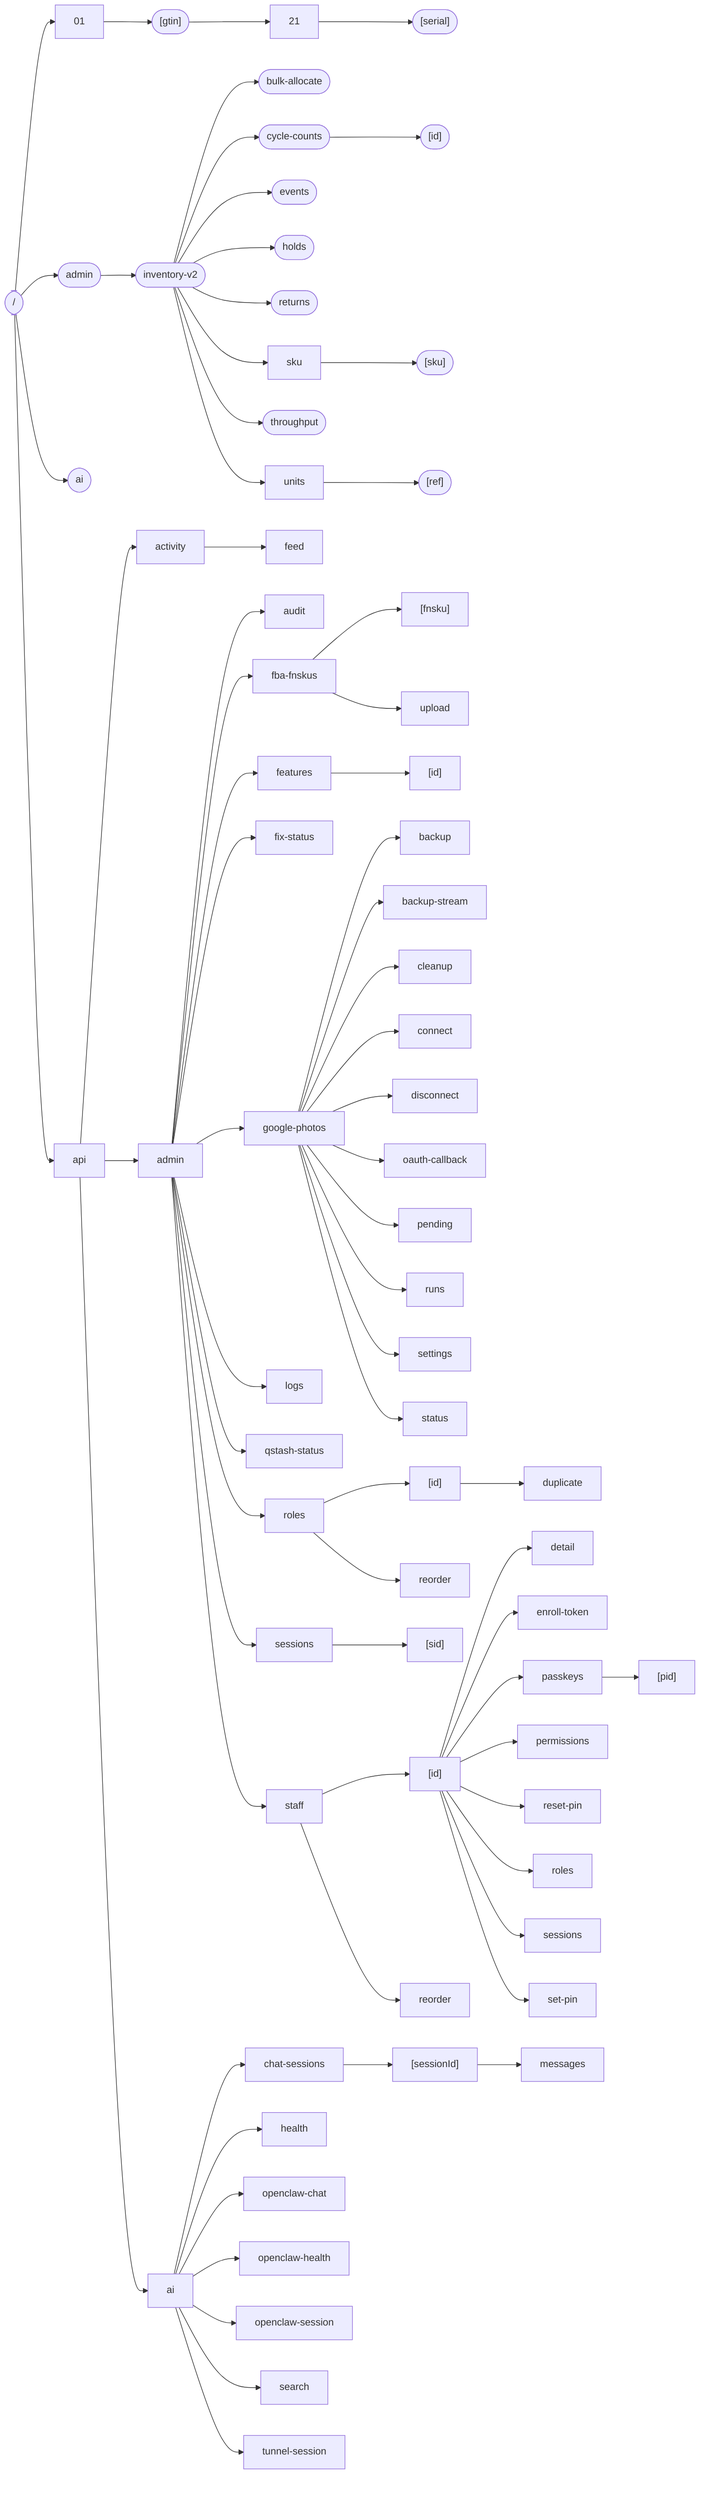
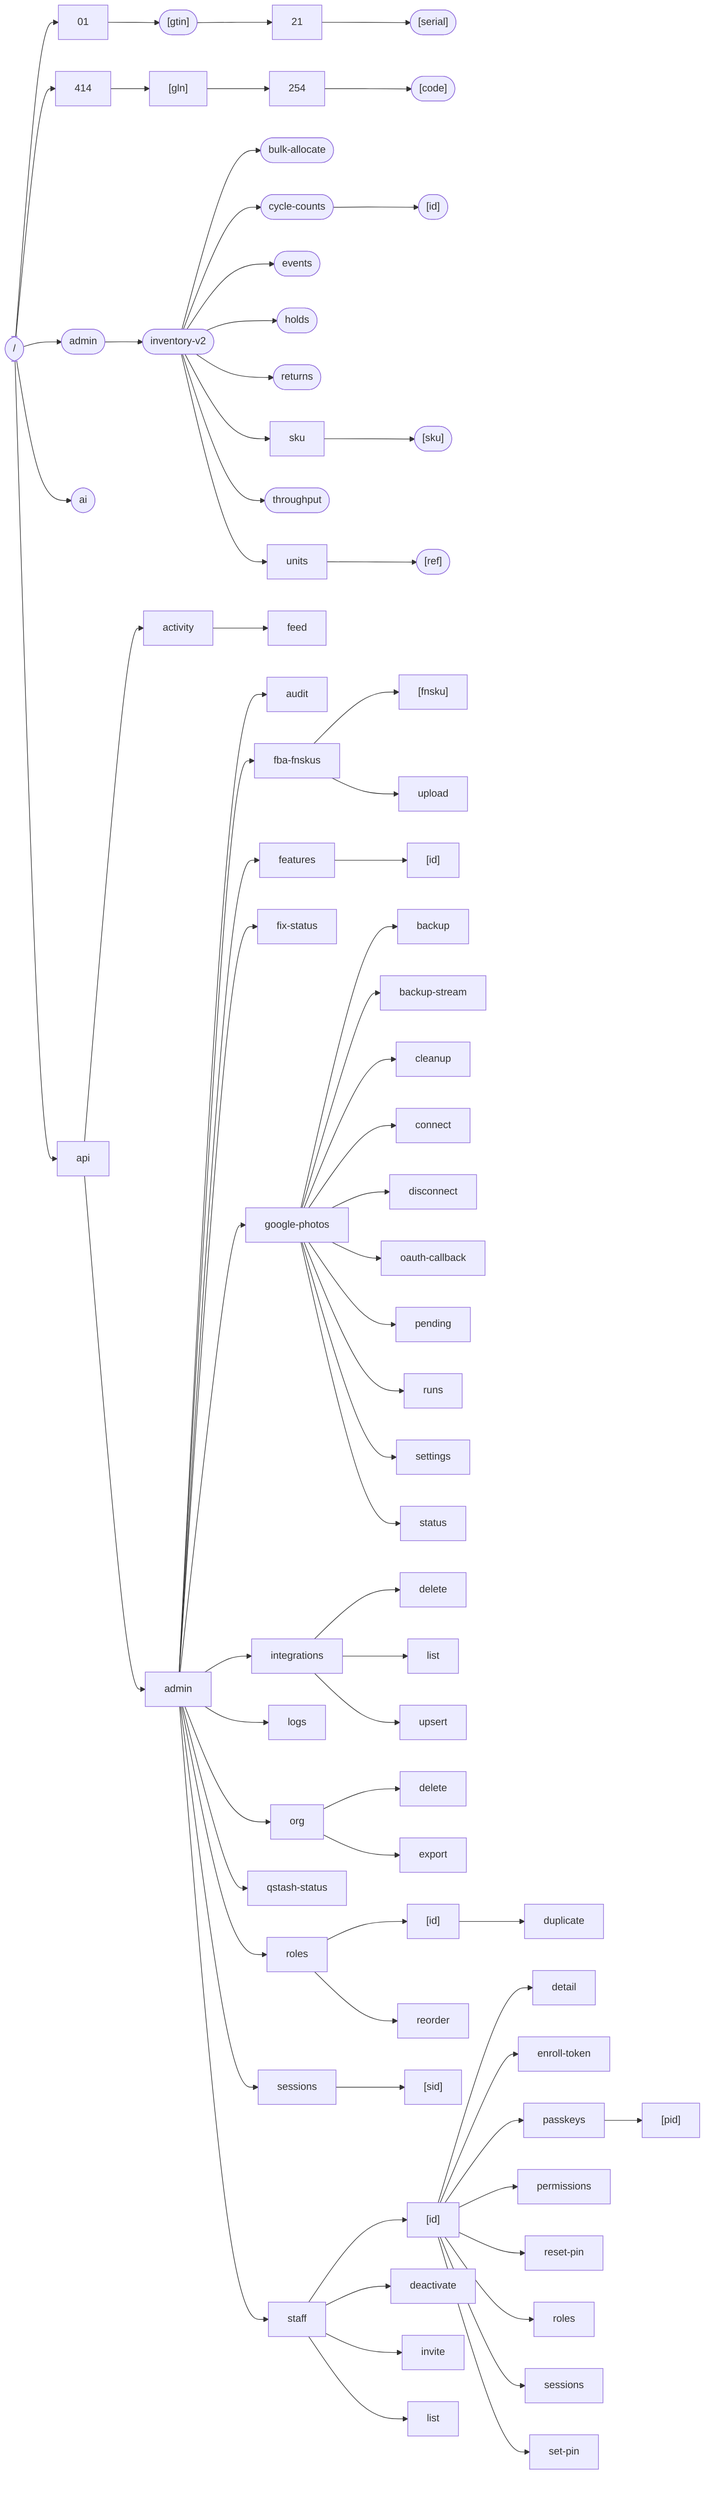
flowchart LR
  root(["/"])
  01["01"]
  root --> 01
  01__gtin(["[gtin]"])
  01 --> 01__gtin
  click 01__gtin "src/app/01/[gtin]/page.tsx" "page: src/app/01/[gtin]/page.tsx"
  01__gtin__21["21"]
  01__gtin --> 01__gtin__21
  01__gtin__21__serial(["[serial]"])
  01__gtin__21 --> 01__gtin__21__serial
  click 01__gtin__21__serial "src/app/01/[gtin]/21/[serial]/page.tsx" "page: src/app/01/[gtin]/21/[serial]/page.tsx"
+   414["414"]
+   root --> 414
+   414__gln["[gln]"]
+   414 --> 414__gln
+   414__gln__254["254"]
+   414__gln --> 414__gln__254
+   414__gln__254__code(["[code]"])
+   414__gln__254 --> 414__gln__254__code
+   click 414__gln__254__code "src/app/414/[gln]/254/[code]/page.tsx" "page: src/app/414/[gln]/254/[code]/page.tsx"
  admin(["admin"])
  root --> admin
  click admin "src/app/admin/page.tsx" "page: src/app/admin/page.tsx"
  admin_inventory_v2(["inventory-v2"])
  admin --> admin_inventory_v2
  click admin_inventory_v2 "src/app/admin/inventory-v2/page.tsx" "page: src/app/admin/inventory-v2/page.tsx"
  admin_inventory_v2_bulk_allocate(["bulk-allocate"])
  admin_inventory_v2 --> admin_inventory_v2_bulk_allocate
  click admin_inventory_v2_bulk_allocate "src/app/admin/inventory-v2/bulk-allocate/page.tsx" "page: src/app/admin/inventory-v2/bulk-allocate/page.tsx"
  admin_inventory_v2_cycle_counts(["cycle-counts"])
  admin_inventory_v2 --> admin_inventory_v2_cycle_counts
  click admin_inventory_v2_cycle_counts "src/app/admin/inventory-v2/cycle-counts/page.tsx" "page: src/app/admin/inventory-v2/cycle-counts/page.tsx"
  admin_inventory_v2_cycle_counts__id(["[id]"])
  admin_inventory_v2_cycle_counts --> admin_inventory_v2_cycle_counts__id
  click admin_inventory_v2_cycle_counts__id "src/app/admin/inventory-v2/cycle-counts/[id]/page.tsx" "page: src/app/admin/inventory-v2/cycle-counts/[id]/page.tsx"
  admin_inventory_v2_events(["events"])
  admin_inventory_v2 --> admin_inventory_v2_events
  click admin_inventory_v2_events "src/app/admin/inventory-v2/events/page.tsx" "page: src/app/admin/inventory-v2/events/page.tsx"
  admin_inventory_v2_holds(["holds"])
  admin_inventory_v2 --> admin_inventory_v2_holds
  click admin_inventory_v2_holds "src/app/admin/inventory-v2/holds/page.tsx" "page: src/app/admin/inventory-v2/holds/page.tsx"
  admin_inventory_v2_returns(["returns"])
  admin_inventory_v2 --> admin_inventory_v2_returns
  click admin_inventory_v2_returns "src/app/admin/inventory-v2/returns/page.tsx" "page: src/app/admin/inventory-v2/returns/page.tsx"
  admin_inventory_v2_sku["sku"]
  admin_inventory_v2 --> admin_inventory_v2_sku
  admin_inventory_v2_sku__sku(["[sku]"])
  admin_inventory_v2_sku --> admin_inventory_v2_sku__sku
  click admin_inventory_v2_sku__sku "src/app/admin/inventory-v2/sku/[sku]/page.tsx" "page: src/app/admin/inventory-v2/sku/[sku]/page.tsx"
  admin_inventory_v2_throughput(["throughput"])
  admin_inventory_v2 --> admin_inventory_v2_throughput
  click admin_inventory_v2_throughput "src/app/admin/inventory-v2/throughput/page.tsx" "page: src/app/admin/inventory-v2/throughput/page.tsx"
  admin_inventory_v2_units["units"]
  admin_inventory_v2 --> admin_inventory_v2_units
  admin_inventory_v2_units__ref(["[ref]"])
  admin_inventory_v2_units --> admin_inventory_v2_units__ref
  click admin_inventory_v2_units__ref "src/app/admin/inventory-v2/units/[ref]/page.tsx" "page: src/app/admin/inventory-v2/units/[ref]/page.tsx"
  ai(["ai"])
  root --> ai
  click ai "src/app/ai/page.tsx" "page: src/app/ai/page.tsx"
  api["api"]
  root --> api
  api_activity["activity"]
  api --> api_activity
  api_activity_feed["feed"]
  api_activity --> api_activity_feed
  click api_activity_feed "src/app/api/activity/feed/route.ts" "route: src/app/api/activity/feed/route.ts"
  api_admin["admin"]
  api --> api_admin
  api_admin_audit["audit"]
  api_admin --> api_admin_audit
  click api_admin_audit "src/app/api/admin/audit/route.ts" "route: src/app/api/admin/audit/route.ts"
  api_admin_fba_fnskus["fba-fnskus"]
  api_admin --> api_admin_fba_fnskus
  click api_admin_fba_fnskus "src/app/api/admin/fba-fnskus/route.ts" "route: src/app/api/admin/fba-fnskus/route.ts"
  api_admin_fba_fnskus__fnsku["[fnsku]"]
  api_admin_fba_fnskus --> api_admin_fba_fnskus__fnsku
  click api_admin_fba_fnskus__fnsku "src/app/api/admin/fba-fnskus/[fnsku]/route.ts" "route: src/app/api/admin/fba-fnskus/[fnsku]/route.ts"
  api_admin_fba_fnskus_upload["upload"]
  api_admin_fba_fnskus --> api_admin_fba_fnskus_upload
  click api_admin_fba_fnskus_upload "src/app/api/admin/fba-fnskus/upload/route.ts" "route: src/app/api/admin/fba-fnskus/upload/route.ts"
  api_admin_features["features"]
  api_admin --> api_admin_features
  click api_admin_features "src/app/api/admin/features/route.ts" "route: src/app/api/admin/features/route.ts"
  api_admin_features__id["[id]"]
  api_admin_features --> api_admin_features__id
  click api_admin_features__id "src/app/api/admin/features/[id]/route.ts" "route: src/app/api/admin/features/[id]/route.ts"
  api_admin_fix_status["fix-status"]
  api_admin --> api_admin_fix_status
  click api_admin_fix_status "src/app/api/admin/fix-status/route.ts" "route: src/app/api/admin/fix-status/route.ts"
  api_admin_google_photos["google-photos"]
  api_admin --> api_admin_google_photos
  api_admin_google_photos_backup["backup"]
  api_admin_google_photos --> api_admin_google_photos_backup
  click api_admin_google_photos_backup "src/app/api/admin/google-photos/backup/route.ts" "route: src/app/api/admin/google-photos/backup/route.ts"
  api_admin_google_photos_backup_stream["backup-stream"]
  api_admin_google_photos --> api_admin_google_photos_backup_stream
  click api_admin_google_photos_backup_stream "src/app/api/admin/google-photos/backup-stream/route.ts" "route: src/app/api/admin/google-photos/backup-stream/route.ts"
  api_admin_google_photos_cleanup["cleanup"]
  api_admin_google_photos --> api_admin_google_photos_cleanup
  click api_admin_google_photos_cleanup "src/app/api/admin/google-photos/cleanup/route.ts" "route: src/app/api/admin/google-photos/cleanup/route.ts"
  api_admin_google_photos_connect["connect"]
  api_admin_google_photos --> api_admin_google_photos_connect
  click api_admin_google_photos_connect "src/app/api/admin/google-photos/connect/route.ts" "route: src/app/api/admin/google-photos/connect/route.ts"
  api_admin_google_photos_disconnect["disconnect"]
  api_admin_google_photos --> api_admin_google_photos_disconnect
  click api_admin_google_photos_disconnect "src/app/api/admin/google-photos/disconnect/route.ts" "route: src/app/api/admin/google-photos/disconnect/route.ts"
  api_admin_google_photos_oauth_callback["oauth-callback"]
  api_admin_google_photos --> api_admin_google_photos_oauth_callback
  click api_admin_google_photos_oauth_callback "src/app/api/admin/google-photos/oauth-callback/route.ts" "route: src/app/api/admin/google-photos/oauth-callback/route.ts"
  api_admin_google_photos_pending["pending"]
  api_admin_google_photos --> api_admin_google_photos_pending
  click api_admin_google_photos_pending "src/app/api/admin/google-photos/pending/route.ts" "route: src/app/api/admin/google-photos/pending/route.ts"
  api_admin_google_photos_runs["runs"]
  api_admin_google_photos --> api_admin_google_photos_runs
  click api_admin_google_photos_runs "src/app/api/admin/google-photos/runs/route.ts" "route: src/app/api/admin/google-photos/runs/route.ts"
  api_admin_google_photos_settings["settings"]
  api_admin_google_photos --> api_admin_google_photos_settings
  click api_admin_google_photos_settings "src/app/api/admin/google-photos/settings/route.ts" "route: src/app/api/admin/google-photos/settings/route.ts"
  api_admin_google_photos_status["status"]
  api_admin_google_photos --> api_admin_google_photos_status
  click api_admin_google_photos_status "src/app/api/admin/google-photos/status/route.ts" "route: src/app/api/admin/google-photos/status/route.ts"
+   api_admin_integrations["integrations"]
+   api_admin --> api_admin_integrations
+   api_admin_integrations_delete["delete"]
+   api_admin_integrations --> api_admin_integrations_delete
+   click api_admin_integrations_delete "src/app/api/admin/integrations/delete/route.ts" "route: src/app/api/admin/integrations/delete/route.ts"
+   api_admin_integrations_list["list"]
+   api_admin_integrations --> api_admin_integrations_list
+   click api_admin_integrations_list "src/app/api/admin/integrations/list/route.ts" "route: src/app/api/admin/integrations/list/route.ts"
+   api_admin_integrations_upsert["upsert"]
+   api_admin_integrations --> api_admin_integrations_upsert
+   click api_admin_integrations_upsert "src/app/api/admin/integrations/upsert/route.ts" "route: src/app/api/admin/integrations/upsert/route.ts"
  api_admin_logs["logs"]
  api_admin --> api_admin_logs
  click api_admin_logs "src/app/api/admin/logs/route.ts" "route: src/app/api/admin/logs/route.ts"
+   api_admin_org["org"]
+   api_admin --> api_admin_org
+   api_admin_org_delete["delete"]
+   api_admin_org --> api_admin_org_delete
+   click api_admin_org_delete "src/app/api/admin/org/delete/route.ts" "route: src/app/api/admin/org/delete/route.ts"
+   api_admin_org_export["export"]
+   api_admin_org --> api_admin_org_export
+   click api_admin_org_export "src/app/api/admin/org/export/route.ts" "route: src/app/api/admin/org/export/route.ts"
  api_admin_qstash_status["qstash-status"]
  api_admin --> api_admin_qstash_status
  click api_admin_qstash_status "src/app/api/admin/qstash-status/route.ts" "route: src/app/api/admin/qstash-status/route.ts"
  api_admin_roles["roles"]
  api_admin --> api_admin_roles
  click api_admin_roles "src/app/api/admin/roles/route.ts" "route: src/app/api/admin/roles/route.ts"
  api_admin_roles__id["[id]"]
  api_admin_roles --> api_admin_roles__id
  click api_admin_roles__id "src/app/api/admin/roles/[id]/route.ts" "route: src/app/api/admin/roles/[id]/route.ts"
  api_admin_roles__id__duplicate["duplicate"]
  api_admin_roles__id --> api_admin_roles__id__duplicate
  click api_admin_roles__id__duplicate "src/app/api/admin/roles/[id]/duplicate/route.ts" "route: src/app/api/admin/roles/[id]/duplicate/route.ts"
  api_admin_roles_reorder["reorder"]
  api_admin_roles --> api_admin_roles_reorder
  click api_admin_roles_reorder "src/app/api/admin/roles/reorder/route.ts" "route: src/app/api/admin/roles/reorder/route.ts"
  api_admin_sessions["sessions"]
  api_admin --> api_admin_sessions
  click api_admin_sessions "src/app/api/admin/sessions/route.ts" "route: src/app/api/admin/sessions/route.ts"
  api_admin_sessions__sid["[sid]"]
  api_admin_sessions --> api_admin_sessions__sid
  click api_admin_sessions__sid "src/app/api/admin/sessions/[sid]/route.ts" "route: src/app/api/admin/sessions/[sid]/route.ts"
  api_admin_staff["staff"]
  api_admin --> api_admin_staff
  click api_admin_staff "src/app/api/admin/staff/route.ts" "route: src/app/api/admin/staff/route.ts"
  api_admin_staff__id["[id]"]
  api_admin_staff --> api_admin_staff__id
  click api_admin_staff__id "src/app/api/admin/staff/[id]/route.ts" "route: src/app/api/admin/staff/[id]/route.ts"
  api_admin_staff__id__detail["detail"]
  api_admin_staff__id --> api_admin_staff__id__detail
  click api_admin_staff__id__detail "src/app/api/admin/staff/[id]/detail/route.ts" "route: src/app/api/admin/staff/[id]/detail/route.ts"
  api_admin_staff__id__enroll_token["enroll-token"]
  api_admin_staff__id --> api_admin_staff__id__enroll_token
  click api_admin_staff__id__enroll_token "src/app/api/admin/staff/[id]/enroll-token/route.ts" "route: src/app/api/admin/staff/[id]/enroll-token/route.ts"
  api_admin_staff__id__passkeys["passkeys"]
  api_admin_staff__id --> api_admin_staff__id__passkeys
  click api_admin_staff__id__passkeys "src/app/api/admin/staff/[id]/passkeys/route.ts" "route: src/app/api/admin/staff/[id]/passkeys/route.ts"
  api_admin_staff__id__passkeys__pid["[pid]"]
  api_admin_staff__id__passkeys --> api_admin_staff__id__passkeys__pid
  click api_admin_staff__id__passkeys__pid "src/app/api/admin/staff/[id]/passkeys/[pid]/route.ts" "route: src/app/api/admin/staff/[id]/passkeys/[pid]/route.ts"
  api_admin_staff__id__permissions["permissions"]
  api_admin_staff__id --> api_admin_staff__id__permissions
  click api_admin_staff__id__permissions "src/app/api/admin/staff/[id]/permissions/route.ts" "route: src/app/api/admin/staff/[id]/permissions/route.ts"
  api_admin_staff__id__reset_pin["reset-pin"]
  api_admin_staff__id --> api_admin_staff__id__reset_pin
  click api_admin_staff__id__reset_pin "src/app/api/admin/staff/[id]/reset-pin/route.ts" "route: src/app/api/admin/staff/[id]/reset-pin/route.ts"
  api_admin_staff__id__roles["roles"]
  api_admin_staff__id --> api_admin_staff__id__roles
  click api_admin_staff__id__roles "src/app/api/admin/staff/[id]/roles/route.ts" "route: src/app/api/admin/staff/[id]/roles/route.ts"
  api_admin_staff__id__sessions["sessions"]
  api_admin_staff__id --> api_admin_staff__id__sessions
  click api_admin_staff__id__sessions "src/app/api/admin/staff/[id]/sessions/route.ts" "route: src/app/api/admin/staff/[id]/sessions/route.ts"
  api_admin_staff__id__set_pin["set-pin"]
  api_admin_staff__id --> api_admin_staff__id__set_pin
  click api_admin_staff__id__set_pin "src/app/api/admin/staff/[id]/set-pin/route.ts" "route: src/app/api/admin/staff/[id]/set-pin/route.ts"
-   api_admin_staff_reorder["reorder"]
-   api_admin_staff --> api_admin_staff_reorder
-   click api_admin_staff_reorder "src/app/api/admin/staff/reorder/route.ts" "route: src/app/api/admin/staff/reorder/route.ts"
-   api_ai["ai"]
-   api --> api_ai
-   api_ai_chat_sessions["chat-sessions"]
-   api_ai --> api_ai_chat_sessions
-   click api_ai_chat_sessions "src/app/api/ai/chat-sessions/route.ts" "route: src/app/api/ai/chat-sessions/route.ts"
-   api_ai_chat_sessions__sessionId["[sessionId]"]
-   api_ai_chat_sessions --> api_ai_chat_sessions__sessionId
-   api_ai_chat_sessions__sessionId__messages["messages"]
-   api_ai_chat_sessions__sessionId --> api_ai_chat_sessions__sessionId__messages
-   click api_ai_chat_sessions__sessionId__messages "src/app/api/ai/chat-sessions/[sessionId]/messages/route.ts" "route: src/app/api/ai/chat-sessions/[sessionId]/messages/route.ts"
-   api_ai_health["health"]
-   api_ai --> api_ai_health
-   click api_ai_health "src/app/api/ai/health/route.ts" "route: src/app/api/ai/health/route.ts"
-   api_ai_openclaw_chat["openclaw-chat"]
-   api_ai --> api_ai_openclaw_chat
-   click api_ai_openclaw_chat "src/app/api/ai/openclaw-chat/route.ts" "route: src/app/api/ai/openclaw-chat/route.ts"
-   api_ai_openclaw_health["openclaw-health"]
-   api_ai --> api_ai_openclaw_health
-   click api_ai_openclaw_health "src/app/api/ai/openclaw-health/route.ts" "route: src/app/api/ai/openclaw-health/route.ts"
-   api_ai_openclaw_session["openclaw-session"]
-   api_ai --> api_ai_openclaw_session
-   click api_ai_openclaw_session "src/app/api/ai/openclaw-session/route.ts" "route: src/app/api/ai/openclaw-session/route.ts"
-   api_ai_search["search"]
-   api_ai --> api_ai_search
-   click api_ai_search "src/app/api/ai/search/route.ts" "route: src/app/api/ai/search/route.ts"
-   api_ai_tunnel_session["tunnel-session"]
-   api_ai --> api_ai_tunnel_session
-   click api_ai_tunnel_session "src/app/api/ai/tunnel-session/route.ts" "route: src/app/api/ai/tunnel-session/route.ts"+   api_admin_staff_deactivate["deactivate"]
+   api_admin_staff --> api_admin_staff_deactivate
+   click api_admin_staff_deactivate "src/app/api/admin/staff/deactivate/route.ts" "route: src/app/api/admin/staff/deactivate/route.ts"
+   api_admin_staff_invite["invite"]
+   api_admin_staff --> api_admin_staff_invite
+   click api_admin_staff_invite "src/app/api/admin/staff/invite/route.ts" "route: src/app/api/admin/staff/invite/route.ts"
+   api_admin_staff_list["list"]
+   api_admin_staff --> api_admin_staff_list
+   click api_admin_staff_list "src/app/api/admin/staff/list/route.ts" "route: src/app/api/admin/staff/list/route.ts"